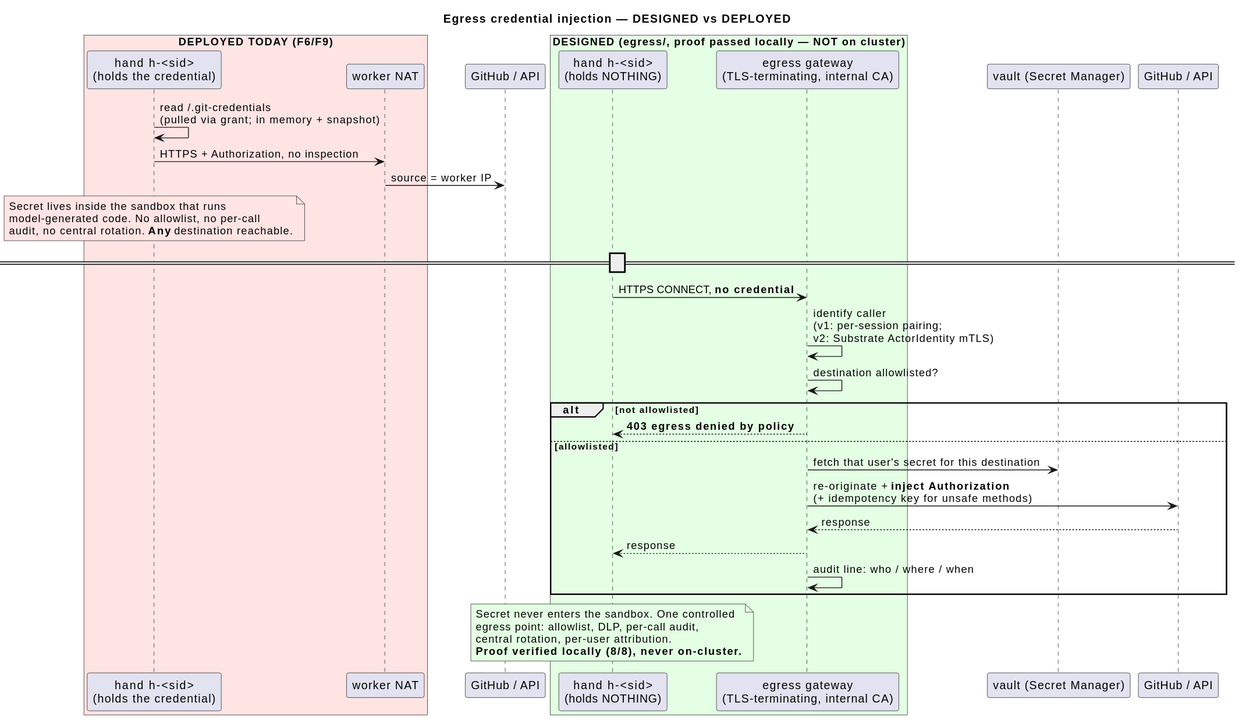
The PlantUML diagram agentplane/docs/threat-model/seq-egress-injection.svg in agents-community/supercluster, before a commit. Its diagram source:
```plantuml
@startuml
title Egress credential injection — DESIGNED vs DEPLOYED

box "DEPLOYED TODAY (F6/F9)" #FFE4E4
participant "hand h-<sid>\n(holds the credential)" as hand1
participant "worker NAT" as nat
end box
participant "GitHub / API" as ext1

hand1 -> hand1 : read ~/.git-credentials\n(pulled via grant; in memory + snapshot)
hand1 -> nat : HTTPS + Authorization, no inspection
nat -> ext1 : source = worker IP
note over hand1 #FFE4E4
  Secret lives inside the sandbox that runs
  model-generated code. No allowlist, no per-call
  audit, no central rotation. <b>Any</b> destination reachable.
end note

== ================================================== ==

box "DESIGNED (egress/, proof passed locally — NOT on cluster)" #E4FFE4
participant "hand h-<sid>\n(holds NOTHING)" as hand2
participant "egress gateway\n(TLS-terminating, internal CA)" as prox
end box
participant "vault (Secret Manager)" as sm2
participant "GitHub / API" as ext2

hand2 -> prox : HTTPS CONNECT, <b>no credential</b>
prox -> prox : identify caller\n(v1: per-session pairing;\nv2: Substrate ActorIdentity mTLS)
prox -> prox : destination allowlisted?
alt not allowlisted
  prox --> hand2 : <b>403 egress denied by policy</b>
else allowlisted
  prox -> sm2 : fetch that user's secret for this destination
  prox -> ext2 : re-originate + <b>inject Authorization</b>\n(+ idempotency key for unsafe methods)
  ext2 --> prox : response
  prox --> hand2 : response
  prox -> prox : audit line: who / where / when
end
note over hand2 #E4FFE4
  Secret never enters the sandbox. One controlled
  egress point: allowlist, DLP, per-call audit,
  central rotation, per-user attribution.
  <b>Proof verified locally (8/8), never on-cluster.</b>
end note
@enduml
```
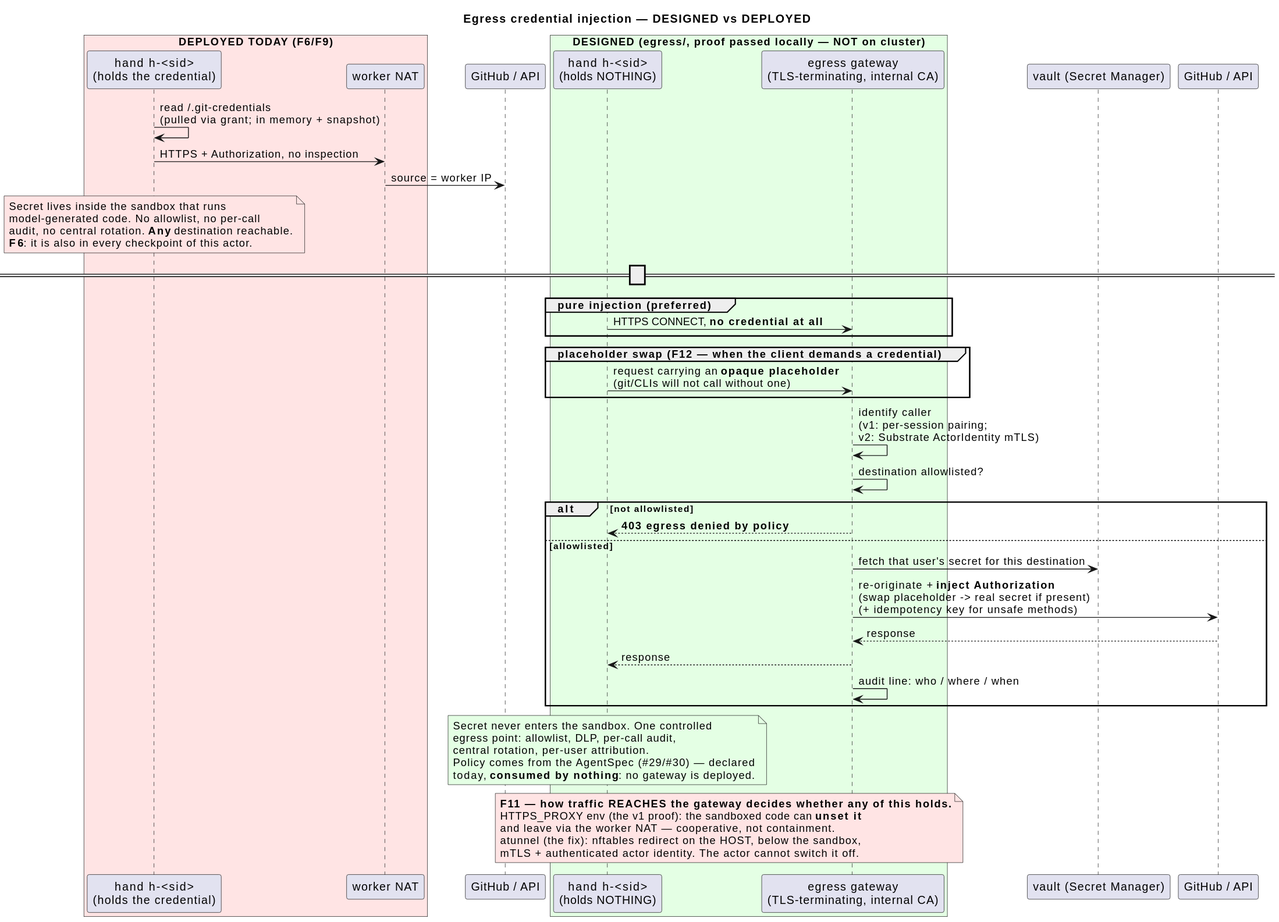
Above is the later version.

Commit message:
docs(threat-model): F9 update + two new findings from the egress design

Change to the diagram source:
```diff
@@ -14,6 +14,7 @@
   Secret lives inside the sandbox that runs
   model-generated code. No allowlist, no per-call
   audit, no central rotation. <b>Any</b> destination reachable.
+  <b>F6</b>: it is also in every checkpoint of this actor.
 end note
 
 == ================================================== ==
@@ -25,14 +26,19 @@
 participant "vault (Secret Manager)" as sm2
 participant "GitHub / API" as ext2
 
-hand2 -> prox : HTTPS CONNECT, <b>no credential</b>
+group pure injection (preferred)
+  hand2 -> prox : HTTPS CONNECT, <b>no credential at all</b>
+end
+group placeholder swap (F12 — when the client demands a credential)
+  hand2 -> prox : request carrying an <b>opaque placeholder</b>\n(git/CLIs will not call without one)
+end
 prox -> prox : identify caller\n(v1: per-session pairing;\nv2: Substrate ActorIdentity mTLS)
 prox -> prox : destination allowlisted?
 alt not allowlisted
   prox --> hand2 : <b>403 egress denied by policy</b>
 else allowlisted
   prox -> sm2 : fetch that user's secret for this destination
-  prox -> ext2 : re-originate + <b>inject Authorization</b>\n(+ idempotency key for unsafe methods)
+  prox -> ext2 : re-originate + <b>inject Authorization</b>\n(swap placeholder -> real secret if present)\n(+ idempotency key for unsafe methods)
   ext2 --> prox : response
   prox --> hand2 : response
   prox -> prox : audit line: who / where / when
@@ -41,6 +47,15 @@
   Secret never enters the sandbox. One controlled
   egress point: allowlist, DLP, per-call audit,
   central rotation, per-user attribution.
-  <b>Proof verified locally (8/8), never on-cluster.</b>
+  Policy comes from the AgentSpec (#29/#30) — declared
+  today, <b>consumed by nothing</b>: no gateway is deployed.
+end note
+
+note over hand2, prox #FFE4E4
+  <b>F11 — how traffic REACHES the gateway decides whether any of this holds.</b>
+  HTTPS_PROXY env (the v1 proof): the sandboxed code can <b>unset it</b>
+  and leave via the worker NAT — cooperative, not containment.
+  atunnel (the fix): nftables redirect on the HOST, below the sandbox,
+  mTLS + authenticated actor identity. The actor cannot switch it off.
 end note
 @enduml
```
